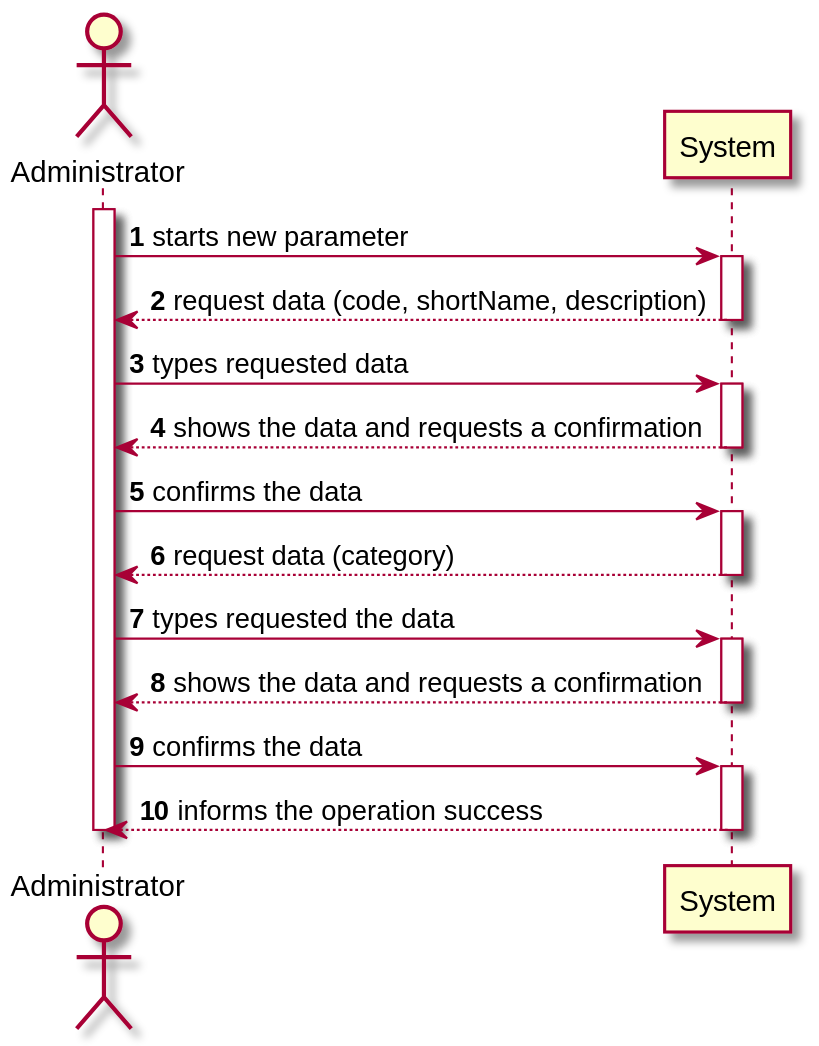
The PlantUML diagram docs/SprintB/US10/US10_SSD.svg in manu-07-ela/LAPR2_ISEP, before a commit.
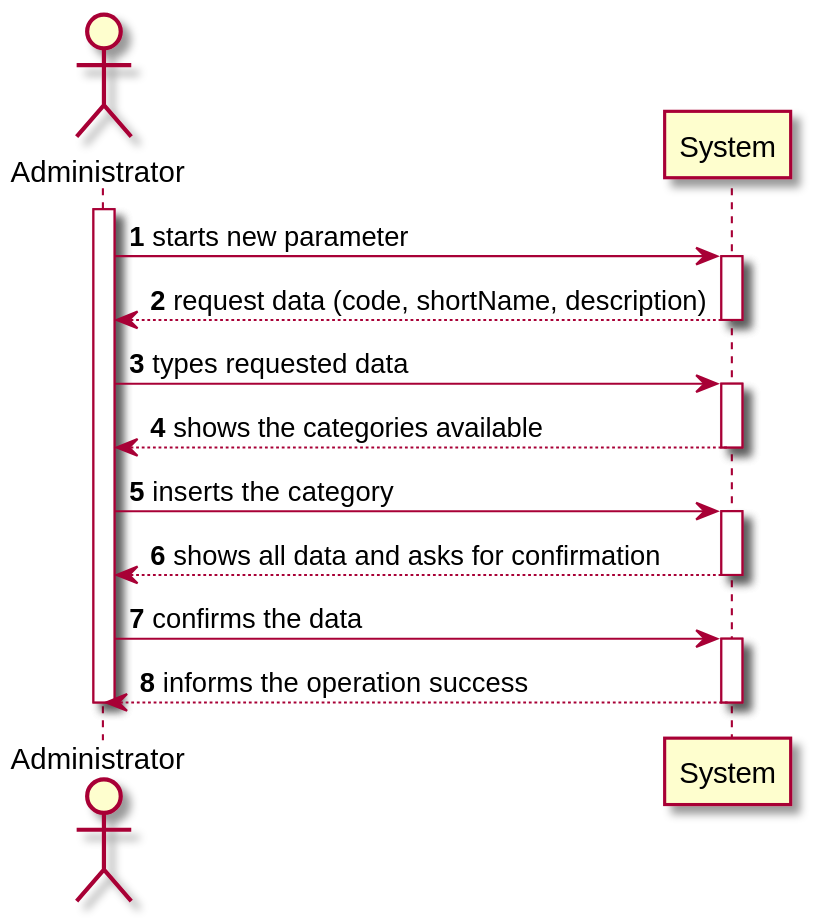
Later version of the same file.

The edit, as a diff of the source:
```diff
@@ -10,17 +10,14 @@
 deactivate System
 Administrator -> System: types requested data
 activate System
-System --> Administrator : shows the data and requests a confirmation
+System --> Administrator : shows the categories available
 deactivate System
-Administrator -> System: confirms the data
+Administrator -> System: inserts the category
 
 activate System
-System --> Administrator : request data (category)
+System --> Administrator : shows all data and asks for confirmation
 deactivate System
-Administrator -> System: types requested the data
-activate System
-System --> Administrator : shows the data and requests a confirmation
-deactivate System
+
 Administrator -> System: confirms the data
 
 
```
